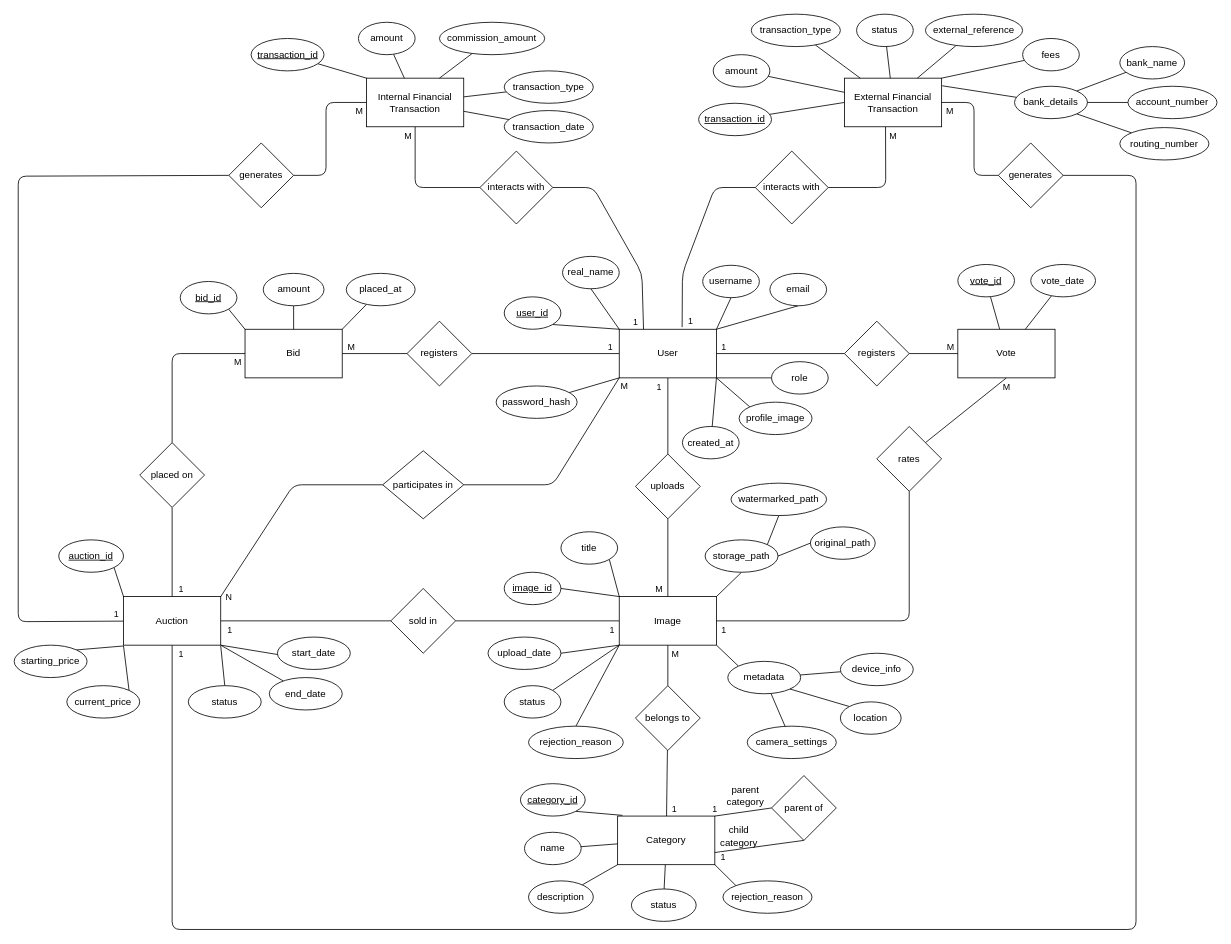
Before: diagrams/eer-diagram/eer-diagram.drawio in staucktion/docs, a draw.io diagram. Source tidied: cells renumbered, new cells numbered last; positions are measured from the earlier drawing's top-left corner, leaving out a move shared by most shapes. Both pictures are drawn from the tidied source at 81%, with x=0, y=0 at pixel (14, 14).
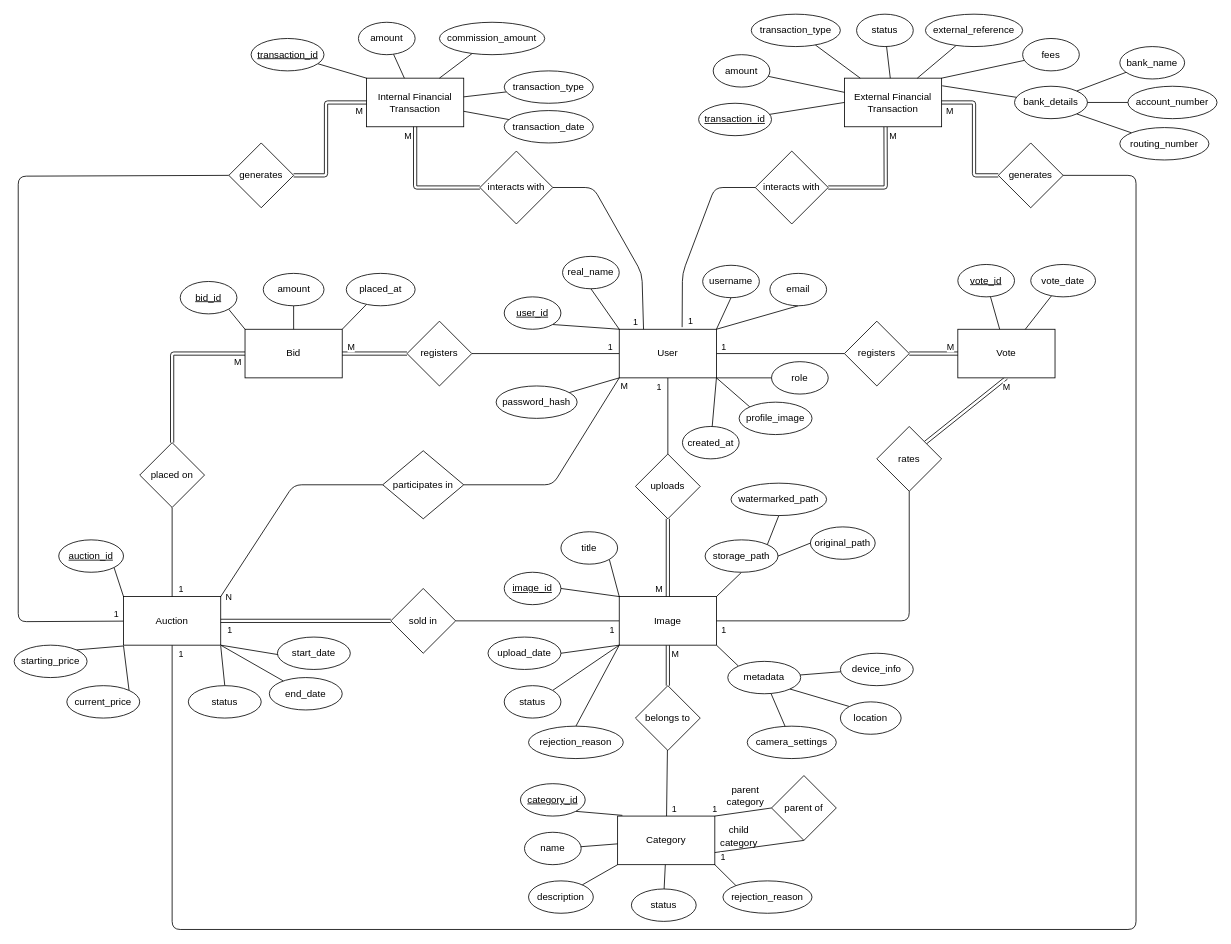
The same page after the edit.

Commit message (it also covers changes not shown here):
Show participations in EER Diagram

Unchanged cells that the change refers to:
```xml
<mxCell id="15" value="Image" style="rounded=0;whiteSpace=wrap;html=1;" parent="1" vertex="1">
  <mxGeometry x="747" y="719" width="120" height="60" as="geometry" />
</mxCell>
<mxCell id="23" value="Auction" style="rounded=0;whiteSpace=wrap;html=1;" parent="1" vertex="1">
  <mxGeometry x="135" y="719" width="120" height="60" as="geometry" />
</mxCell>
<mxCell id="26" value="Vote" style="rounded=0;whiteSpace=wrap;html=1;" parent="1" vertex="1">
  <mxGeometry x="1165" y="389" width="120" height="60" as="geometry" />
</mxCell>
<mxCell id="29" value="Bid" style="rounded=0;whiteSpace=wrap;html=1;" parent="1" vertex="1">
  <mxGeometry x="285" y="389" width="120" height="60" as="geometry" />
</mxCell>
<mxCell id="30" value="Internal Financial Transaction" style="rounded=0;whiteSpace=wrap;html=1;" parent="1" vertex="1">
  <mxGeometry x="435" y="79" width="120" height="60" as="geometry" />
</mxCell>
<mxCell id="31" value="External Financial Transaction" style="rounded=0;whiteSpace=wrap;html=1;" parent="1" vertex="1">
  <mxGeometry x="1025" y="79" width="120" height="60" as="geometry" />
</mxCell>
<mxCell id="34" value="uploads" style="rhombus;whiteSpace=wrap;html=1;" parent="1" vertex="1">
  <mxGeometry x="767" y="543" width="80" height="80" as="geometry" />
</mxCell>
<mxCell id="40" value="registers" style="rhombus;whiteSpace=wrap;html=1;" parent="1" vertex="1">
  <mxGeometry x="1025" y="379" width="80" height="80" as="geometry" />
</mxCell>
<mxCell id="43" value="registers" style="rhombus;whiteSpace=wrap;html=1;" parent="1" vertex="1">
  <mxGeometry x="485" y="379" width="80" height="80" as="geometry" />
</mxCell>
<mxCell id="46" value="interacts with" style="rhombus;whiteSpace=wrap;html=1;" parent="1" vertex="1">
  <mxGeometry x="575" y="169" width="90" height="90" as="geometry" />
</mxCell>
<mxCell id="51" value="interacts with" style="rhombus;whiteSpace=wrap;html=1;" parent="1" vertex="1">
  <mxGeometry x="915" y="169" width="90" height="90" as="geometry" />
</mxCell>
<mxCell id="56" value="belongs to" style="rhombus;whiteSpace=wrap;html=1;" parent="1" vertex="1">
  <mxGeometry x="767" y="829" width="80" height="80" as="geometry" />
</mxCell>
<mxCell id="59" value="sold in" style="rhombus;whiteSpace=wrap;html=1;" parent="1" vertex="1">
  <mxGeometry x="465" y="709" width="80" height="80" as="geometry" />
</mxCell>
<mxCell id="62" value="rates" style="rhombus;whiteSpace=wrap;html=1;" parent="1" vertex="1">
  <mxGeometry x="1065" y="509" width="80" height="80" as="geometry" />
</mxCell>
<mxCell id="65" value="placed on" style="rhombus;whiteSpace=wrap;html=1;" parent="1" vertex="1">
  <mxGeometry x="155" y="529" width="80" height="80" as="geometry" />
</mxCell>
<mxCell id="68" value="generates" style="rhombus;whiteSpace=wrap;html=1;" parent="1" vertex="1">
  <mxGeometry x="265" y="159" width="80" height="80" as="geometry" />
</mxCell>
<mxCell id="71" value="generates" style="rhombus;whiteSpace=wrap;html=1;" parent="1" vertex="1">
  <mxGeometry x="1215" y="159" width="80" height="80" as="geometry" />
</mxCell>
```

The edit, as a diff of the source:
```diff
@@
-    <mxCell id="11" style="edgeStyle=none;html=1;endArrow=none;endFill=0;" parent="1" edge="1" source="15" target="56">
+    <mxCell id="11" style="edgeStyle=none;html=1;endArrow=none;endFill=0;shape=link;" parent="1" edge="1" source="15" target="56">
       <mxGeometry relative="1" as="geometry" />
     </mxCell>
@@
-    <mxCell id="24" style="edgeStyle=none;html=1;exitX=0.5;exitY=1;exitDx=0;exitDy=0;entryX=1;entryY=0;entryDx=0;entryDy=0;endArrow=none;endFill=0;" parent="1" edge="1" source="26" target="62">
+    <mxCell id="24" style="edgeStyle=none;html=1;exitX=0.5;exitY=1;exitDx=0;exitDy=0;entryX=1;entryY=0;entryDx=0;entryDy=0;endArrow=none;endFill=0;shape=link;" parent="1" edge="1" source="26" target="62">
       <mxGeometry relative="1" as="geometry" />
     </mxCell>
@@
-    <mxCell id="27" style="edgeStyle=none;html=1;exitX=0;exitY=0.5;exitDx=0;exitDy=0;entryX=0.5;entryY=0;entryDx=0;entryDy=0;endArrow=none;endFill=0;" parent="1" edge="1" source="29" target="65">
+    <mxCell id="27" style="edgeStyle=none;html=1;exitX=0;exitY=0.5;exitDx=0;exitDy=0;entryX=0.5;entryY=0;entryDx=0;entryDy=0;endArrow=none;endFill=0;shape=link;" parent="1" edge="1" source="29" target="65">
       <mxGeometry relative="1" as="geometry">
         <Array as="points">
           <mxPoint x="195" y="419" />
         </Array>
       </mxGeometry>
     </mxCell>
@@
-    <mxCell id="32" style="edgeStyle=none;html=1;endArrow=none;endFill=0;" parent="1" edge="1" source="34" target="15">
+    <mxCell id="32" style="edgeStyle=none;html=1;endArrow=none;endFill=0;shape=link;" parent="1" edge="1" source="34" target="15">
       <mxGeometry relative="1" as="geometry" />
     </mxCell>
@@
-    <mxCell id="38" style="edgeStyle=none;html=1;endArrow=none;endFill=0;" parent="1" edge="1" source="40" target="26">
+    <mxCell id="38" style="edgeStyle=none;html=1;endArrow=none;endFill=0;shape=link;" parent="1" edge="1" source="40" target="26">
       <mxGeometry relative="1" as="geometry" />
     </mxCell>
@@
-    <mxCell id="41" style="edgeStyle=none;html=1;endArrow=none;endFill=0;" parent="1" edge="1" source="43" target="29">
+    <mxCell id="41" style="edgeStyle=none;html=1;endArrow=none;endFill=0;shape=link;" parent="1" edge="1" source="43" target="29">
       <mxGeometry relative="1" as="geometry" />
     </mxCell>
@@
-    <mxCell id="44" style="edgeStyle=none;html=1;entryX=0.5;entryY=1;entryDx=0;entryDy=0;exitX=0;exitY=0.5;exitDx=0;exitDy=0;endArrow=none;endFill=0;" parent="1" edge="1" source="46" target="30">
+    <mxCell id="44" style="edgeStyle=none;html=1;entryX=0.5;entryY=1;entryDx=0;entryDy=0;exitX=0;exitY=0.5;exitDx=0;exitDy=0;endArrow=none;endFill=0;shape=link;" parent="1" edge="1" source="46" target="30">
       <mxGeometry relative="1" as="geometry">
         <Array as="points">
           <mxPoint x="495" y="214" />
         </Array>
       </mxGeometry>
     </mxCell>
@@
-    <mxCell id="49" style="edgeStyle=none;html=1;exitX=1;exitY=0.5;exitDx=0;exitDy=0;entryX=0.423;entryY=1.004;entryDx=0;entryDy=0;entryPerimeter=0;endArrow=none;endFill=0;" parent="1" edge="1" source="51" target="31">
+    <mxCell id="49" style="edgeStyle=none;html=1;exitX=1;exitY=0.5;exitDx=0;exitDy=0;entryX=0.423;entryY=1.004;entryDx=0;entryDy=0;entryPerimeter=0;endArrow=none;endFill=0;shape=link;" parent="1" edge="1" source="51" target="31">
       <mxGeometry relative="1" as="geometry">
         <Array as="points">
           <mxPoint x="1076" y="214" />
         </Array>
       </mxGeometry>
     </mxCell>
@@
-    <mxCell id="57" style="edgeStyle=none;html=1;endArrow=none;endFill=0;" parent="1" edge="1" source="59" target="23">
+    <mxCell id="57" style="edgeStyle=none;html=1;endArrow=none;endFill=0;shape=link;" parent="1" edge="1" source="59" target="23">
       <mxGeometry relative="1" as="geometry" />
     </mxCell>
@@
-    <mxCell id="66" style="edgeStyle=none;html=1;exitX=1;exitY=0.5;exitDx=0;exitDy=0;entryX=0;entryY=0.5;entryDx=0;entryDy=0;endArrow=none;endFill=0;" parent="1" edge="1" source="68" target="30">
+    <mxCell id="66" style="edgeStyle=none;html=1;exitX=1;exitY=0.5;exitDx=0;exitDy=0;entryX=0;entryY=0.5;entryDx=0;entryDy=0;endArrow=none;endFill=0;shape=link;" parent="1" edge="1" source="68" target="30">
       <mxGeometry relative="1" as="geometry">
         <Array as="points">
           <mxPoint x="385" y="199" />
           <mxPoint x="385" y="109" />
         </Array>
       </mxGeometry>
     </mxCell>
@@
-    <mxCell id="69" style="edgeStyle=none;html=1;entryX=1;entryY=0.5;entryDx=0;entryDy=0;exitX=0;exitY=0.5;exitDx=0;exitDy=0;endArrow=none;endFill=0;" parent="1" edge="1" source="71" target="31">
+    <mxCell id="69" style="edgeStyle=none;html=1;entryX=1;entryY=0.5;entryDx=0;entryDy=0;exitX=0;exitY=0.5;exitDx=0;exitDy=0;endArrow=none;endFill=0;shape=link;" parent="1" edge="1" source="71" target="31">
       <mxGeometry relative="1" as="geometry">
         <Array as="points">
           <mxPoint x="1185" y="199" />
           <mxPoint x="1185" y="109" />
         </Array>
       </mxGeometry>
     </mxCell>
```
